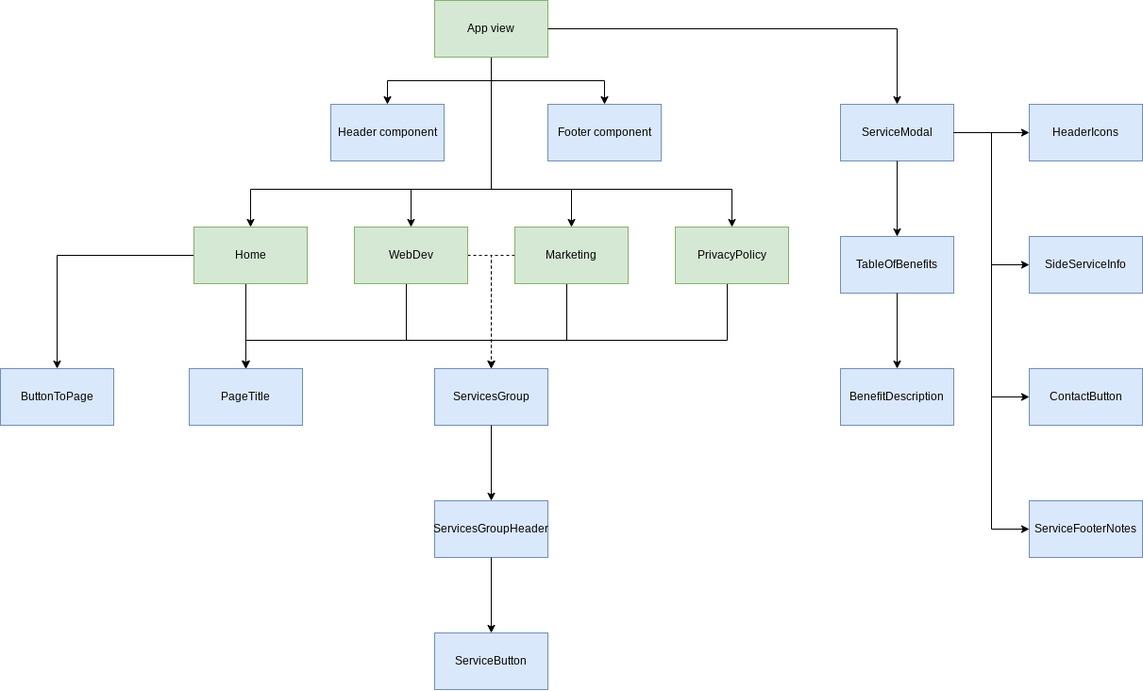
andremourasantos/andremourasantos.github.io keeps this draw.io diagram as public/imagens/vuejs-tree.png. Above is the earlier version. Source tidied: cells renumbered, new cells last; positions are measured from the earlier drawing's top-left corner, leaving out a move shared by most shapes.
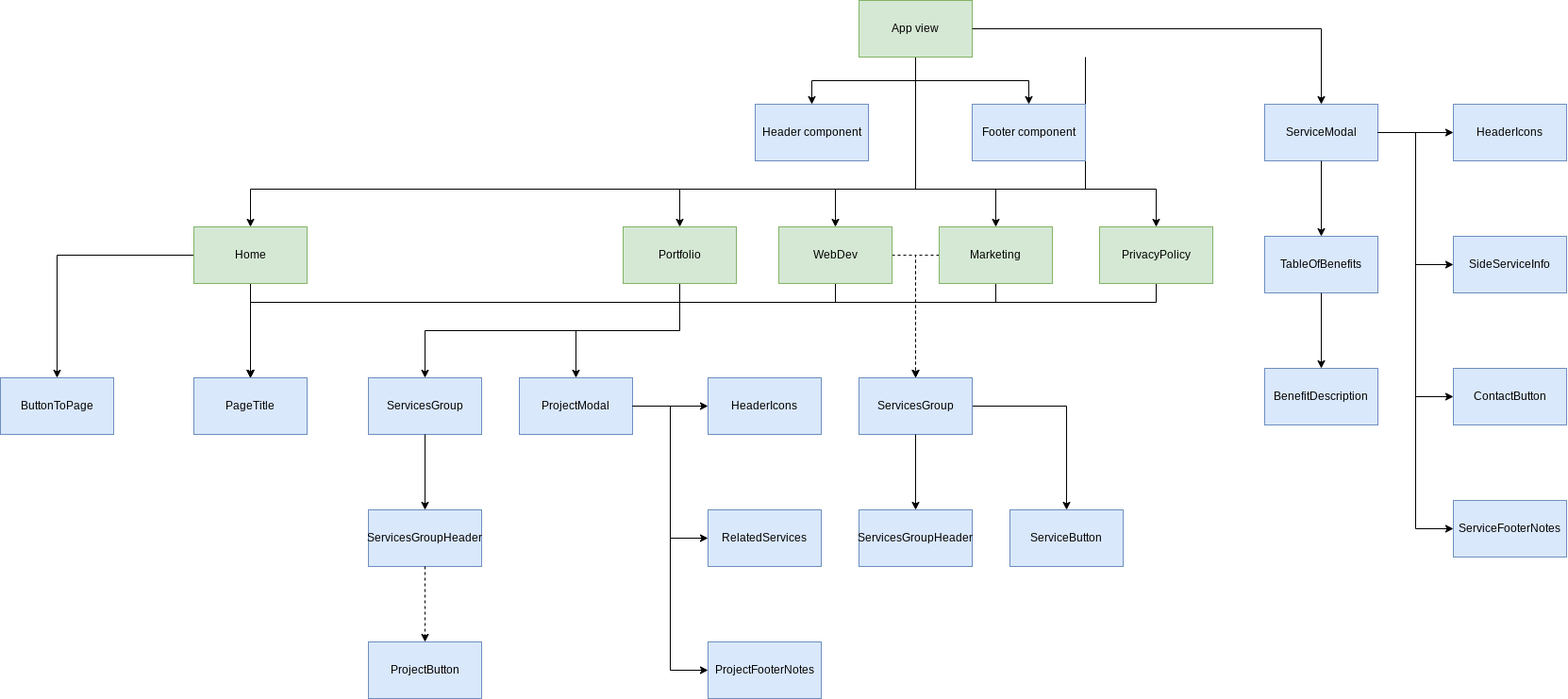
After the change.

Commit message:
add-portfolio-page 1.4.1 - Adicionadas novas imagens para árvore de componentes e fluxograma de lógica da aplicação.

What changed in the source:
```diff
@@ -8,11 +8,12 @@
     <mxCell id="3" style="edgeStyle=orthogonalEdgeStyle;rounded=0;jettySize=auto;html=1;" parent="1" edge="1" source="8" target="16">
       <mxGeometry relative="1" as="geometry" />
     </mxCell>
-    <mxCell id="4" style="edgeStyle=orthogonalEdgeStyle;rounded=0;jettySize=auto;html=1;entryX=0.5;entryY=0;entryDx=0;entryDy=0;" parent="1" edge="1" source="8" target="42">
+    <mxCell id="4" style="edgeStyle=orthogonalEdgeStyle;rounded=0;jettySize=auto;html=1;entryX=0.5;entryY=0;entryDx=0;entryDy=0;" parent="1" edge="1" target="42">
       <mxGeometry relative="1" as="geometry">
+        <mxPoint x="700" y="60" as="sourcePoint" />
         <Array as="points">
-          <mxPoint x="520" y="200" />
-          <mxPoint x="265" y="200" />
+          <mxPoint x="700" y="200" />
+          <mxPoint x="-185" y="200" />
         </Array>
       </mxGeometry>
     </mxCell>
@@ -40,39 +41,23 @@
         </Array>
       </mxGeometry>
     </mxCell>
+    <mxCell id="46" style="edgeStyle=orthogonalEdgeStyle;rounded=0;jettySize=auto;html=1;entryX=0.5;entryY=0;entryDx=0;entryDy=0;" parent="1" edge="1" source="8" target="50">
+      <mxGeometry relative="1" as="geometry">
+        <Array as="points">
+          <mxPoint x="520" y="200" />
+          <mxPoint x="270" y="200" />
+        </Array>
+      </mxGeometry>
+    </mxCell>
     <mxCell id="8" value="App view" style="rounded=0;whiteSpace=wrap;html=1;fillColor=#d5e8d4;strokeColor=#82b366;" parent="1" vertex="1">
       <mxGeometry x="460" width="120" height="60" as="geometry" />
     </mxCell>
-    <mxCell id="9" style="edgeStyle=orthogonalEdgeStyle;rounded=0;jettySize=auto;html=1;entryX=0.5;entryY=0;entryDx=0;entryDy=0;" parent="1" edge="1" source="42" target="18">
-      <mxGeometry relative="1" as="geometry">
-        <Array as="points">
-          <mxPoint x="260" y="380" />
-          <mxPoint x="260" y="380" />
-        </Array>
-      </mxGeometry>
-    </mxCell>
     <mxCell id="10" style="edgeStyle=orthogonalEdgeStyle;rounded=0;jettySize=auto;html=1;" parent="1" edge="1" source="42" target="26">
       <mxGeometry relative="1" as="geometry" />
     </mxCell>
-    <mxCell id="11" style="edgeStyle=orthogonalEdgeStyle;rounded=0;jettySize=auto;html=1;" parent="1" edge="1" source="43" target="18">
-      <mxGeometry relative="1" as="geometry">
-        <Array as="points">
-          <mxPoint x="600" y="360" />
-          <mxPoint x="260" y="360" />
-        </Array>
-      </mxGeometry>
-    </mxCell>
     <mxCell id="12" style="edgeStyle=orthogonalEdgeStyle;rounded=0;jettySize=auto;html=1;entryX=0.5;entryY=0;entryDx=0;entryDy=0;exitX=0;exitY=0.5;exitDx=0;exitDy=0;dashed=1;" parent="1" edge="1" source="43" target="21">
       <mxGeometry relative="1" as="geometry" />
     </mxCell>
-    <mxCell id="13" style="edgeStyle=orthogonalEdgeStyle;rounded=0;jettySize=auto;html=1;entryX=0.5;entryY=0;entryDx=0;entryDy=0;" parent="1" edge="1" source="44" target="18">
-      <mxGeometry relative="1" as="geometry">
-        <Array as="points">
-          <mxPoint x="430" y="360" />
-          <mxPoint x="260" y="360" />
-        </Array>
-      </mxGeometry>
-    </mxCell>
     <mxCell id="14" style="edgeStyle=orthogonalEdgeStyle;rounded=0;jettySize=auto;html=1;entryX=0.5;entryY=0;entryDx=0;entryDy=0;dashed=1;" parent="1" edge="1" source="44" target="21">
       <mxGeometry relative="1" as="geometry">
         <Array as="points">
@@ -86,16 +71,8 @@
     <mxCell id="16" value="Header component" style="rounded=0;whiteSpace=wrap;html=1;fillColor=#dae8fc;strokeColor=#6c8ebf;" parent="1" vertex="1">
       <mxGeometry x="350" y="110" width="120" height="60" as="geometry" />
     </mxCell>
-    <mxCell id="17" style="edgeStyle=orthogonalEdgeStyle;rounded=0;jettySize=auto;html=1;" parent="1" edge="1" source="45" target="18">
-      <mxGeometry relative="1" as="geometry">
-        <Array as="points">
-          <mxPoint x="770" y="360" />
-          <mxPoint x="260" y="360" />
-        </Array>
-      </mxGeometry>
-    </mxCell>
     <mxCell id="18" value="PageTitle" style="rounded=0;whiteSpace=wrap;html=1;fillColor=#dae8fc;strokeColor=#6c8ebf;" parent="1" vertex="1">
-      <mxGeometry x="200" y="390" width="120" height="60" as="geometry" />
+      <mxGeometry x="-245" y="400" width="120" height="60" as="geometry" />
     </mxCell>
     <mxCell id="19" style="edgeStyle=orthogonalEdgeStyle;rounded=0;jettySize=auto;html=1;entryX=0.5;entryY=0;entryDx=0;entryDy=0;" parent="1" edge="1" source="8" target="28">
       <mxGeometry relative="1" as="geometry">
@@ -104,26 +81,8 @@
         </Array>
       </mxGeometry>
     </mxCell>
-    <mxCell id="20" style="group;" parent="1" vertex="1">
-      <mxGeometry x="460" y="390" width="120" height="340" as="geometry" />
-    </mxCell>
-    <mxCell id="21" value="ServicesGroup" style="rounded=0;whiteSpace=wrap;html=1;fillColor=#dae8fc;strokeColor=#6c8ebf;" parent="20" vertex="1">
-      <mxGeometry width="120" height="60" as="geometry" />
-    </mxCell>
-    <mxCell id="22" value="ServicesGroupHeader" style="rounded=0;whiteSpace=wrap;html=1;fillColor=#dae8fc;strokeColor=#6c8ebf;" parent="20" vertex="1">
-      <mxGeometry y="140" width="120" height="60" as="geometry" />
-    </mxCell>
-    <mxCell id="23" style="edgeStyle=orthogonalEdgeStyle;rounded=0;jettySize=auto;html=1;" parent="20" edge="1" source="21" target="22">
-      <mxGeometry relative="1" as="geometry" />
-    </mxCell>
-    <mxCell id="24" value="ServiceButton" style="rounded=0;whiteSpace=wrap;html=1;fillColor=#dae8fc;strokeColor=#6c8ebf;" parent="20" vertex="1">
-      <mxGeometry y="280" width="120" height="60" as="geometry" />
-    </mxCell>
-    <mxCell id="25" style="edgeStyle=orthogonalEdgeStyle;rounded=0;jettySize=auto;html=1;" parent="20" edge="1" source="22" target="24">
-      <mxGeometry relative="1" as="geometry" />
-    </mxCell>
     <mxCell id="26" value="ButtonToPage" style="rounded=0;whiteSpace=wrap;html=1;fillColor=#dae8fc;strokeColor=#6c8ebf;" parent="1" vertex="1">
-      <mxGeometry y="390" width="120" height="60" as="geometry" />
+      <mxGeometry x="-450" y="400" width="120" height="60" as="geometry" />
     </mxCell>
     <mxCell id="27" style="group;" parent="1" vertex="1">
       <mxGeometry x="890" y="110" width="320" height="480" as="geometry" />
@@ -167,20 +126,120 @@
     <mxCell id="40" style="edgeStyle=orthogonalEdgeStyle;rounded=0;jettySize=auto;html=1;entryX=0;entryY=0.5;entryDx=0;entryDy=0;" parent="27" edge="1" source="28" target="34">
       <mxGeometry relative="1" as="geometry" />
     </mxCell>
-    <mxCell id="41" style="group;" parent="1" vertex="1">
-      <mxGeometry x="205" y="240" width="630" height="60" as="geometry" />
-    </mxCell>
+    <mxCell id="9" style="edgeStyle=orthogonalEdgeStyle;rounded=0;jettySize=auto;html=1;" parent="1" edge="1" source="42" target="18">
+      <mxGeometry relative="1" as="geometry" />
+    </mxCell>
-    <mxCell id="42" value="Home" style="rounded=0;whiteSpace=wrap;html=1;fillColor=#d5e8d4;strokeColor=#82b366;" parent="41" vertex="1">
-      <mxGeometry width="120" height="60" as="geometry" />
+    <mxCell id="42" value="Home" style="rounded=0;whiteSpace=wrap;html=1;fillColor=#d5e8d4;strokeColor=#82b366;" parent="1" vertex="1">
+      <mxGeometry x="-245" y="240" width="120" height="60" as="geometry" />
     </mxCell>
+    <mxCell id="11" style="edgeStyle=orthogonalEdgeStyle;rounded=0;jettySize=auto;html=1;entryX=0.5;entryY=0;entryDx=0;entryDy=0;" parent="1" edge="1" source="43" target="18">
+      <mxGeometry relative="1" as="geometry">
+        <Array as="points">
+          <mxPoint x="605" y="320" />
+          <mxPoint x="-185" y="320" />
+        </Array>
+      </mxGeometry>
+    </mxCell>
-    <mxCell id="43" value="Marketing" style="rounded=0;whiteSpace=wrap;html=1;fillColor=#d5e8d4;strokeColor=#82b366;" parent="41" vertex="1">
-      <mxGeometry x="340" width="120" height="60" as="geometry" />
+    <mxCell id="43" value="Marketing" style="rounded=0;whiteSpace=wrap;html=1;fillColor=#d5e8d4;strokeColor=#82b366;" parent="1" vertex="1">
+      <mxGeometry x="545" y="240" width="120" height="60" as="geometry" />
     </mxCell>
+    <mxCell id="13" style="edgeStyle=orthogonalEdgeStyle;rounded=0;jettySize=auto;html=1;entryX=0.5;entryY=0;entryDx=0;entryDy=0;" parent="1" edge="1" source="44" target="18">
+      <mxGeometry relative="1" as="geometry">
+        <Array as="points">
+          <mxPoint x="435" y="320" />
+          <mxPoint x="-185" y="320" />
+        </Array>
+      </mxGeometry>
+    </mxCell>
-    <mxCell id="44" value="WebDev" style="rounded=0;whiteSpace=wrap;html=1;fillColor=#d5e8d4;strokeColor=#82b366;" parent="41" vertex="1">
-      <mxGeometry x="170" width="120" height="60" as="geometry" />
+    <mxCell id="44" value="WebDev" style="rounded=0;whiteSpace=wrap;html=1;fillColor=#d5e8d4;strokeColor=#82b366;" parent="1" vertex="1">
+      <mxGeometry x="375" y="240" width="120" height="60" as="geometry" />
     </mxCell>
+    <mxCell id="17" style="edgeStyle=orthogonalEdgeStyle;rounded=0;jettySize=auto;html=1;entryX=0.5;entryY=0;entryDx=0;entryDy=0;" parent="1" edge="1" source="45" target="18">
+      <mxGeometry relative="1" as="geometry">
+        <Array as="points">
+          <mxPoint x="775" y="320" />
+          <mxPoint x="-185" y="320" />
+        </Array>
+      </mxGeometry>
+    </mxCell>
-    <mxCell id="45" value="PrivacyPolicy" style="rounded=0;whiteSpace=wrap;html=1;fillColor=#d5e8d4;strokeColor=#82b366;" parent="41" vertex="1">
-      <mxGeometry x="510" width="120" height="60" as="geometry" />
+    <mxCell id="45" value="PrivacyPolicy" style="rounded=0;whiteSpace=wrap;html=1;fillColor=#d5e8d4;strokeColor=#82b366;" parent="1" vertex="1">
+      <mxGeometry x="715" y="240" width="120" height="60" as="geometry" />
     </mxCell>
+    <mxCell id="47" style="edgeStyle=orthogonalEdgeStyle;rounded=0;jettySize=auto;html=1;entryX=0.5;entryY=0;entryDx=0;entryDy=0;" parent="1" edge="1" source="50" target="18">
+      <mxGeometry relative="1" as="geometry">
+        <Array as="points">
+          <mxPoint x="270" y="320" />
+          <mxPoint x="-185" y="320" />
+        </Array>
+      </mxGeometry>
+    </mxCell>
+    <mxCell id="48" style="edgeStyle=orthogonalEdgeStyle;rounded=0;jettySize=auto;html=1;entryX=0.5;entryY=0;entryDx=0;entryDy=0;" parent="1" edge="1" source="50" target="57">
+      <mxGeometry relative="1" as="geometry" />
+    </mxCell>
+    <mxCell id="49" style="edgeStyle=orthogonalEdgeStyle;rounded=0;jettySize=auto;html=1;" parent="1" edge="1" source="50" target="52">
+      <mxGeometry relative="1" as="geometry">
+        <Array as="points">
+          <mxPoint x="270" y="350" />
+          <mxPoint y="350" />
+        </Array>
+      </mxGeometry>
+    </mxCell>
+    <mxCell id="50" value="Portfolio" style="whiteSpace=wrap;html=1;fillColor=#d5e8d4;strokeColor=#82b366;" parent="1" vertex="1">
+      <mxGeometry x="210" y="240" width="120" height="60" as="geometry" />
+    </mxCell>
+    <mxCell id="51" style="group;" parent="1" vertex="1">
+      <mxGeometry x="-60" y="400" width="120" height="340" as="geometry" />
+    </mxCell>
+    <mxCell id="52" value="ServicesGroup" style="rounded=0;whiteSpace=wrap;html=1;fillColor=#dae8fc;strokeColor=#6c8ebf;" parent="51" vertex="1">
+      <mxGeometry width="120" height="60" as="geometry" />
+    </mxCell>
+    <mxCell id="53" value="ServicesGroupHeader" style="rounded=0;whiteSpace=wrap;html=1;fillColor=#dae8fc;strokeColor=#6c8ebf;" parent="51" vertex="1">
+      <mxGeometry y="140" width="120" height="60" as="geometry" />
+    </mxCell>
+    <mxCell id="54" style="edgeStyle=orthogonalEdgeStyle;rounded=0;jettySize=auto;html=1;" parent="51" edge="1" source="52" target="53">
+      <mxGeometry relative="1" as="geometry" />
+    </mxCell>
+    <mxCell id="55" value="ProjectButton" style="rounded=0;whiteSpace=wrap;html=1;fillColor=#dae8fc;strokeColor=#6c8ebf;" parent="51" vertex="1">
+      <mxGeometry y="280" width="120" height="60" as="geometry" />
+    </mxCell>
+    <mxCell id="56" style="edgeStyle=orthogonalEdgeStyle;rounded=0;jettySize=auto;html=1;dashed=1;" parent="51" edge="1" source="53" target="55">
+      <mxGeometry relative="1" as="geometry" />
+    </mxCell>
+    <mxCell id="57" value="ProjectModal" style="rounded=0;whiteSpace=wrap;html=1;fillColor=#dae8fc;strokeColor=#6c8ebf;" parent="1" vertex="1">
+      <mxGeometry x="100" y="400" width="120" height="60" as="geometry" />
+    </mxCell>
+    <mxCell id="58" value="HeaderIcons" style="rounded=0;whiteSpace=wrap;html=1;fillColor=#dae8fc;strokeColor=#6c8ebf;" parent="1" vertex="1">
+      <mxGeometry x="300" y="400" width="120" height="60" as="geometry" />
+    </mxCell>
+    <mxCell id="59" value="RelatedServices" style="rounded=0;whiteSpace=wrap;html=1;fillColor=#dae8fc;strokeColor=#6c8ebf;" parent="1" vertex="1">
+      <mxGeometry x="300" y="540" width="120" height="60" as="geometry" />
+    </mxCell>
+    <mxCell id="60" value="ProjectFooterNotes" style="rounded=0;whiteSpace=wrap;html=1;fillColor=#dae8fc;strokeColor=#6c8ebf;" parent="1" vertex="1">
+      <mxGeometry x="300" y="680" width="120" height="60" as="geometry" />
+    </mxCell>
+    <mxCell id="61" style="edgeStyle=orthogonalEdgeStyle;rounded=0;jettySize=auto;html=1;" parent="1" edge="1" source="57" target="58">
+      <mxGeometry relative="1" as="geometry" />
+    </mxCell>
+    <mxCell id="62" style="edgeStyle=orthogonalEdgeStyle;rounded=0;jettySize=auto;html=1;entryX=0;entryY=0.5;entryDx=0;entryDy=0;" parent="1" edge="1" source="57" target="59">
+      <mxGeometry relative="1" as="geometry" />
+    </mxCell>
+    <mxCell id="63" style="edgeStyle=orthogonalEdgeStyle;rounded=0;jettySize=auto;html=1;entryX=0;entryY=0.5;entryDx=0;entryDy=0;" parent="1" edge="1" source="57" target="60">
+      <mxGeometry relative="1" as="geometry" />
+    </mxCell>
+    <mxCell id="64" style="edgeStyle=orthogonalEdgeStyle;rounded=0;jettySize=auto;html=1;entryX=0.5;entryY=0;entryDx=0;entryDy=0;" parent="1" edge="1" source="21" target="24">
+      <mxGeometry relative="1" as="geometry" />
+    </mxCell>
+    <mxCell id="21" value="ServicesGroup" style="rounded=0;whiteSpace=wrap;html=1;fillColor=#dae8fc;strokeColor=#6c8ebf;" parent="1" vertex="1">
+      <mxGeometry x="460" y="400" width="120" height="60" as="geometry" />
+    </mxCell>
+    <mxCell id="22" value="ServicesGroupHeader" style="rounded=0;whiteSpace=wrap;html=1;fillColor=#dae8fc;strokeColor=#6c8ebf;" parent="1" vertex="1">
+      <mxGeometry x="460" y="540" width="120" height="60" as="geometry" />
+    </mxCell>
+    <mxCell id="23" style="edgeStyle=orthogonalEdgeStyle;rounded=0;jettySize=auto;html=1;" parent="1" edge="1" source="21" target="22">
+      <mxGeometry relative="1" as="geometry" />
+    </mxCell>
+    <mxCell id="24" value="ServiceButton" style="rounded=0;whiteSpace=wrap;html=1;fillColor=#dae8fc;strokeColor=#6c8ebf;" parent="1" vertex="1">
+      <mxGeometry x="620" y="540" width="120" height="60" as="geometry" />
+    </mxCell>
   </root>
 </mxGraphModel>
```
